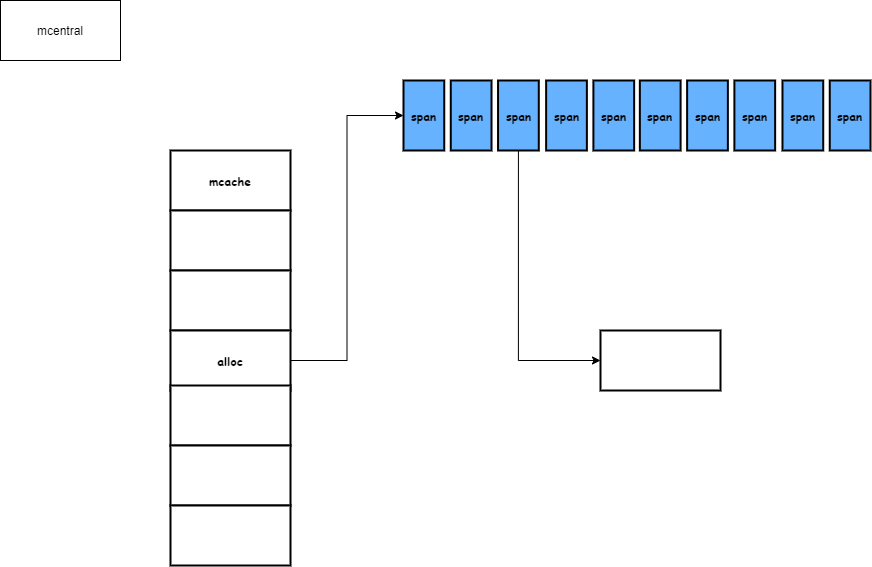
Before: GoRuntime.png, a diagram exported from draw.io (aizsfgk/cdn). Source tidied: cells renumbered, new cells last; positions are measured from the earlier drawing's top-left corner, leaving out a move shared by most shapes.
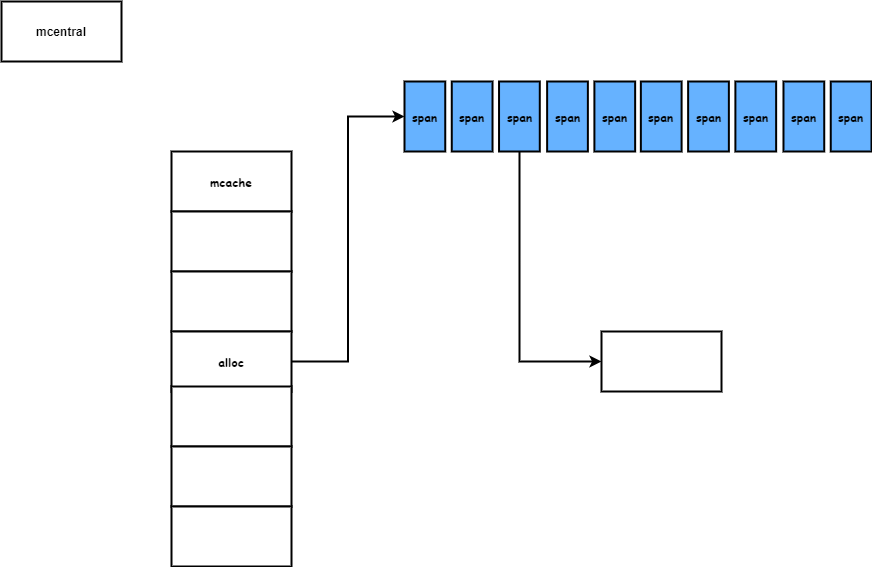
After the change.

The edit, as a diff of the source:
```diff
@@ -5,7 +5,7 @@
     <mxCell id="2" value="mcache" style="rounded=0;whiteSpace=wrap;html=1;strokeWidth=2;fontStyle=1;fontFamily=Comic Sans MS;" parent="1" vertex="1">
       <mxGeometry x="170" y="150" width="120" height="60" as="geometry" />
     </mxCell>
-    <mxCell id="3" value="mcentral" style="rounded=0;whiteSpace=wrap;html=1;" parent="1" vertex="1">
+    <mxCell id="3" value="mcentral" style="rounded=0;whiteSpace=wrap;html=1;strokeWidth=2;fontStyle=1;" parent="1" vertex="1">
       <mxGeometry width="120" height="60" as="geometry" />
     </mxCell>
     <mxCell id="4" style="group;fontFamily=Comic Sans MS;" parent="1" vertex="1">
@@ -47,7 +47,7 @@
     <mxCell id="16" style="rounded=0;whiteSpace=wrap;html=1;strokeWidth=2;fontStyle=1;fontFamily=Comic Sans MS;" parent="1" vertex="1">
       <mxGeometry x="170" y="270" width="120" height="60" as="geometry" />
     </mxCell>
-    <mxCell id="17" style="edgeStyle=orthogonalEdgeStyle;rounded=0;jettySize=auto;html=1;exitX=1;exitY=0.5;exitDx=0;exitDy=0;entryX=0;entryY=0.5;entryDx=0;entryDy=0;fontFamily=Comic Sans MS;" parent="1" edge="1" source="18" target="5">
+    <mxCell id="17" style="edgeStyle=orthogonalEdgeStyle;rounded=0;jettySize=auto;html=1;exitX=1;exitY=0.5;exitDx=0;exitDy=0;entryX=0;entryY=0.5;entryDx=0;entryDy=0;fontFamily=Comic Sans MS;strokeWidth=2;" parent="1" edge="1" source="18" target="5">
       <mxGeometry relative="1" as="geometry" />
     </mxCell>
     <mxCell id="18" value="alloc" style="rounded=0;whiteSpace=wrap;html=1;strokeWidth=2;fontStyle=1;fontFamily=Comic Sans MS;" parent="1" vertex="1">
@@ -65,7 +65,7 @@
     <mxCell id="22" style="rounded=0;whiteSpace=wrap;html=1;strokeColor=#000000;strokeWidth=2;fontFamily=Comic Sans MS;" parent="1" vertex="1">
       <mxGeometry x="600" y="330" width="120" height="60" as="geometry" />
     </mxCell>
-    <mxCell id="23" style="edgeStyle=orthogonalEdgeStyle;rounded=0;jettySize=auto;html=1;exitX=0.5;exitY=1;exitDx=0;exitDy=0;entryX=0;entryY=0.5;entryDx=0;entryDy=0;fontFamily=Comic Sans MS;" parent="1" edge="1" source="7" target="22">
+    <mxCell id="23" style="edgeStyle=orthogonalEdgeStyle;rounded=0;jettySize=auto;html=1;exitX=0.5;exitY=1;exitDx=0;exitDy=0;entryX=0;entryY=0.5;entryDx=0;entryDy=0;fontFamily=Comic Sans MS;strokeWidth=2;" parent="1" edge="1" source="7" target="22">
       <mxGeometry relative="1" as="geometry" />
     </mxCell>
   </root>
```
